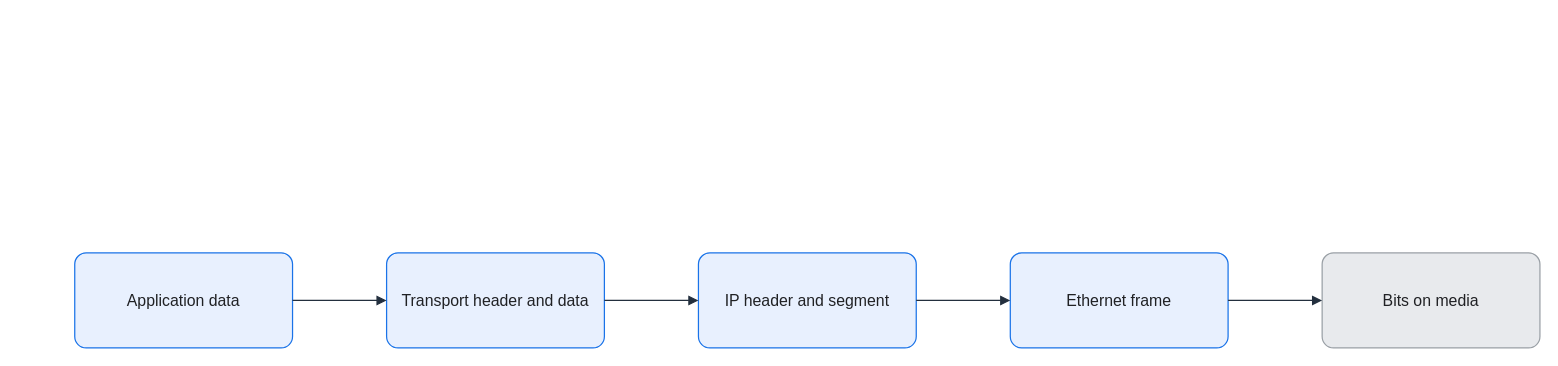
The draw.io diagram assets/img/network/osi-encapsulation-flow.drawio in KKamJi98/kkamji98.github.io, before the edit. Source tidied: cells renumbered, new cells numbered last; positions are measured from the earlier drawing's top-left corner, leaving out a move shared by most shapes. Both pictures are drawn from the tidied source at 99%, with x=0, y=0 at pixel (74, 252).
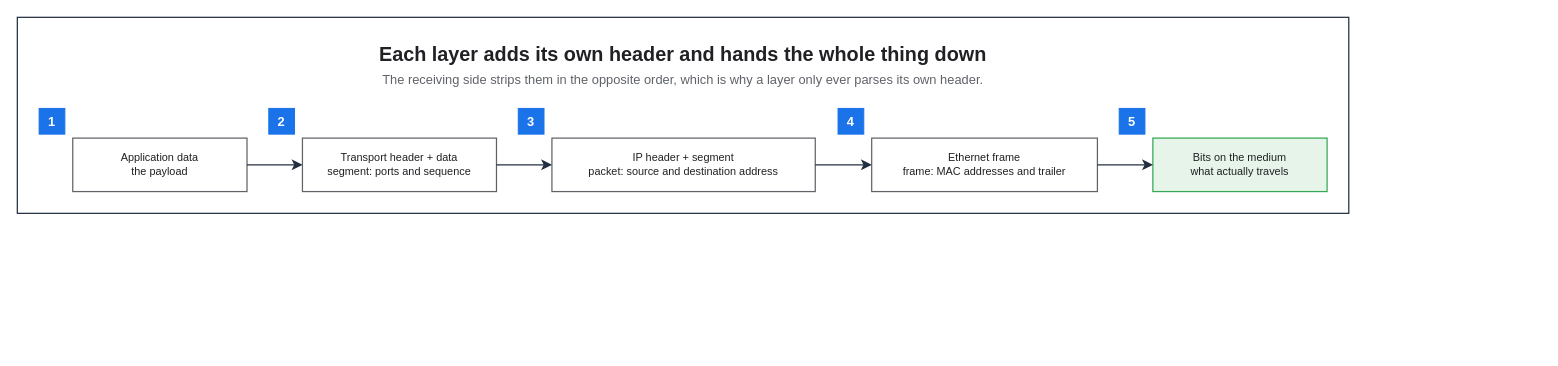
The same diagram, later.

Change to the diagram source:
```diff
@@
 <mxGraphModel background="#FFFFFF">
   <root>
     <mxCell id="0" />
     <mxCell id="1" parent="0" />
-    <mxCell id="2" value="Application data" style="rounded=1;arcSize=12;whiteSpace=wrap;html=0;fillColor=#E8F0FE;strokeColor=#1A73E8;strokeWidth=1.25;fontColor=#202124;fontSize=16;align=center;verticalAlign=middle;spacing=8;shadow=0;" parent="1" vertex="1">
-      <mxGeometry width="220" height="96" as="geometry" />
-    </mxCell>
-    <mxCell id="3" value="Transport header and data" style="rounded=1;arcSize=12;whiteSpace=wrap;html=0;fillColor=#E8F0FE;strokeColor=#1A73E8;strokeWidth=1.25;fontColor=#202124;fontSize=16;align=center;verticalAlign=middle;spacing=8;shadow=0;" parent="1" vertex="1">
-      <mxGeometry x="315" width="220" height="96" as="geometry" />
-    </mxCell>
-    <mxCell id="4" value="IP header and segment" style="rounded=1;arcSize=12;whiteSpace=wrap;html=0;fillColor=#E8F0FE;strokeColor=#1A73E8;strokeWidth=1.25;fontColor=#202124;fontSize=16;align=center;verticalAlign=middle;spacing=8;shadow=0;" parent="1" vertex="1">
-      <mxGeometry x="630" width="220" height="96" as="geometry" />
-    </mxCell>
-    <mxCell id="5" value="Ethernet frame" style="rounded=1;arcSize=12;whiteSpace=wrap;html=0;fillColor=#E8F0FE;strokeColor=#1A73E8;strokeWidth=1.25;fontColor=#202124;fontSize=16;align=center;verticalAlign=middle;spacing=8;shadow=0;" parent="1" vertex="1">
-      <mxGeometry x="945" width="220" height="96" as="geometry" />
-    </mxCell>
-    <mxCell id="6" value="Bits on media" style="rounded=1;arcSize=12;whiteSpace=wrap;html=0;fillColor=#E8EAED;strokeColor=#9AA0A6;strokeWidth=1.25;fontColor=#202124;fontSize=16;align=center;verticalAlign=middle;spacing=8;shadow=0;" parent="1" vertex="1">
-      <mxGeometry x="1260" width="220" height="96" as="geometry" />
-    </mxCell>
-    <mxCell id="7" style="edgeStyle=orthogonalEdgeStyle;rounded=0;jettySize=auto;html=0;endArrow=block;endFill=1;strokeColor=#232F3E;strokeWidth=1.25;fontColor=#202124;labelBackgroundColor=none;exitX=1;exitY=0.5;exitDx=0;exitDy=0;entryX=0;entryY=0.5;entryDx=0;entryDy=0;endSize=7;" parent="1" edge="1" source="2" target="3">
-      <mxGeometry relative="1" as="geometry" />
-    </mxCell>
-    <mxCell id="8" style="edgeStyle=orthogonalEdgeStyle;rounded=0;jettySize=auto;html=0;endArrow=block;endFill=1;strokeColor=#232F3E;strokeWidth=1.25;fontColor=#202124;labelBackgroundColor=none;exitX=1;exitY=0.5;exitDx=0;exitDy=0;entryX=0;entryY=0.5;entryDx=0;entryDy=0;endSize=7;" parent="1" edge="1" source="3" target="4">
-      <mxGeometry relative="1" as="geometry" />
-    </mxCell>
-    <mxCell id="9" style="edgeStyle=orthogonalEdgeStyle;rounded=0;jettySize=auto;html=0;endArrow=block;endFill=1;strokeColor=#232F3E;strokeWidth=1.25;fontColor=#202124;labelBackgroundColor=none;exitX=1;exitY=0.5;exitDx=0;exitDy=0;entryX=0;entryY=0.5;entryDx=0;entryDy=0;endSize=7;" parent="1" edge="1" source="4" target="5">
-      <mxGeometry relative="1" as="geometry" />
-    </mxCell>
-    <mxCell id="10" style="edgeStyle=orthogonalEdgeStyle;rounded=0;jettySize=auto;html=0;endArrow=block;endFill=1;strokeColor=#232F3E;strokeWidth=1.25;fontColor=#202124;labelBackgroundColor=none;exitX=1;exitY=0.5;exitDx=0;exitDy=0;entryX=0;entryY=0.5;entryDx=0;entryDy=0;endSize=7;" parent="1" edge="1" source="5" target="6">
-      <mxGeometry relative="1" as="geometry" />
-    </mxCell>
+    <mxCell id="11" style="rounded=0;html=0;fillColor=none;strokeColor=#232F3E;fontColor=#202124;strokeWidth=1.25;" parent="1" vertex="1">
+      <mxGeometry x="-58" y="-238" width="1344.9" height="198" as="geometry" />
+    </mxCell>
+    <mxCell id="12" value="Each layer adds its own header and hands the whole thing down" style="text;html=0;whiteSpace=wrap;fillColor=none;strokeColor=none;fontColor=#202124;fontSize=20;fontStyle=1;align=center;verticalAlign=middle;" parent="1" vertex="1">
+      <mxGeometry x="-36" y="-216" width="1300.9" height="30" as="geometry" />
+    </mxCell>
+    <mxCell id="13" value="The receiving side strips them in the opposite order, which is why a layer only ever parses its own header." style="text;html=0;whiteSpace=wrap;fillColor=none;strokeColor=none;fontColor=#5F6368;fontSize=13;fontStyle=0;align=center;verticalAlign=middle;" parent="1" vertex="1">
+      <mxGeometry x="-36" y="-186" width="1300.9" height="22" as="geometry" />
+    </mxCell>
+    <mxCell id="14" value="Application data&#10;the payload" style="rounded=0;whiteSpace=wrap;html=0;fillColor=#FFFFFF;strokeColor=#5F6368;fontColor=#202124;fontSize=11;fontStyle=0;align=center;verticalAlign=middle;spacingLeft=6;spacingRight=6;strokeWidth=1.25;" parent="1" vertex="1">
+      <mxGeometry x="-2" y="-116" width="176" height="54" as="geometry" />
+    </mxCell>
+    <mxCell id="15" value="Transport header + data&#10;segment: ports and sequence" style="rounded=0;whiteSpace=wrap;html=0;fillColor=#FFFFFF;strokeColor=#5F6368;fontColor=#202124;fontSize=11;fontStyle=0;align=center;verticalAlign=middle;spacingLeft=6;spacingRight=6;strokeWidth=1.25;" parent="1" vertex="1">
+      <mxGeometry x="230" y="-116" width="196" height="54" as="geometry" />
+    </mxCell>
+    <mxCell id="16" value="IP header + segment&#10;packet: source and destination address" style="rounded=0;whiteSpace=wrap;html=0;fillColor=#FFFFFF;strokeColor=#5F6368;fontColor=#202124;fontSize=11;fontStyle=0;align=center;verticalAlign=middle;spacingLeft=6;spacingRight=6;strokeWidth=1.25;" parent="1" vertex="1">
+      <mxGeometry x="482" y="-116" width="266" height="54" as="geometry" />
+    </mxCell>
+    <mxCell id="17" value="Ethernet frame&#10;frame: MAC addresses and trailer" style="rounded=0;whiteSpace=wrap;html=0;fillColor=#FFFFFF;strokeColor=#5F6368;fontColor=#202124;fontSize=11;fontStyle=0;align=center;verticalAlign=middle;spacingLeft=6;spacingRight=6;strokeWidth=1.25;" parent="1" vertex="1">
+      <mxGeometry x="805" y="-116" width="228" height="54" as="geometry" />
+    </mxCell>
+    <mxCell id="18" value="Bits on the medium&#10;what actually travels" style="rounded=0;whiteSpace=wrap;html=0;fillColor=#E6F4EA;strokeColor=#34A853;fontColor=#202124;fontSize=11;fontStyle=0;align=center;verticalAlign=middle;spacingLeft=6;spacingRight=6;strokeWidth=1.25;" parent="1" vertex="1">
+      <mxGeometry x="1089" y="-116" width="176" height="54" as="geometry" />
+    </mxCell>
+    <mxCell id="19" value="1" style="rounded=0;whiteSpace=wrap;html=0;fillColor=#1A73E8;strokeColor=#1A73E8;fontColor=#FFFFFF;fontSize=13;fontStyle=1;align=center;verticalAlign=middle;" parent="1" vertex="1">
+      <mxGeometry x="-36" y="-146" width="26" height="26" as="geometry" />
+    </mxCell>
+    <mxCell id="20" value="2" style="rounded=0;whiteSpace=wrap;html=0;fillColor=#1A73E8;strokeColor=#1A73E8;fontColor=#FFFFFF;fontSize=13;fontStyle=1;align=center;verticalAlign=middle;" parent="1" vertex="1">
+      <mxGeometry x="196" y="-146" width="26" height="26" as="geometry" />
+    </mxCell>
+    <mxCell id="21" value="3" style="rounded=0;whiteSpace=wrap;html=0;fillColor=#1A73E8;strokeColor=#1A73E8;fontColor=#FFFFFF;fontSize=13;fontStyle=1;align=center;verticalAlign=middle;" parent="1" vertex="1">
+      <mxGeometry x="448" y="-146" width="26" height="26" as="geometry" />
+    </mxCell>
+    <mxCell id="22" value="4" style="rounded=0;whiteSpace=wrap;html=0;fillColor=#1A73E8;strokeColor=#1A73E8;fontColor=#FFFFFF;fontSize=13;fontStyle=1;align=center;verticalAlign=middle;" parent="1" vertex="1">
+      <mxGeometry x="771" y="-146" width="26" height="26" as="geometry" />
+    </mxCell>
+    <mxCell id="23" value="5" style="rounded=0;whiteSpace=wrap;html=0;fillColor=#1A73E8;strokeColor=#1A73E8;fontColor=#FFFFFF;fontSize=13;fontStyle=1;align=center;verticalAlign=middle;" parent="1" vertex="1">
+      <mxGeometry x="1055" y="-146" width="26" height="26" as="geometry" />
+    </mxCell>
+    <mxCell id="24" style="edgeStyle=orthogonalEdgeStyle;rounded=0;html=0;strokeColor=#232F3E;strokeWidth=1.25;endArrow=classic;endFill=1;endSize=7;fontSize=11;fontColor=#202124;labelBackgroundColor=none;jettySize=14;exitX=1;exitY=0.5;entryX=0;entryY=0.5;exitDx=0;exitDy=0;entryDx=0;entryDy=0;" parent="1" edge="1" source="14" target="15">
+      <mxGeometry relative="1" as="geometry" />
+    </mxCell>
+    <mxCell id="25" style="edgeStyle=orthogonalEdgeStyle;rounded=0;html=0;strokeColor=#232F3E;strokeWidth=1.25;endArrow=classic;endFill=1;endSize=7;fontSize=11;fontColor=#202124;labelBackgroundColor=none;jettySize=14;exitX=1;exitY=0.5;entryX=0;entryY=0.5;exitDx=0;exitDy=0;entryDx=0;entryDy=0;" parent="1" edge="1" source="15" target="16">
+      <mxGeometry relative="1" as="geometry" />
+    </mxCell>
+    <mxCell id="26" style="edgeStyle=orthogonalEdgeStyle;rounded=0;html=0;strokeColor=#232F3E;strokeWidth=1.25;endArrow=classic;endFill=1;endSize=7;fontSize=11;fontColor=#202124;labelBackgroundColor=none;jettySize=14;exitX=1;exitY=0.5;entryX=0;entryY=0.5;exitDx=0;exitDy=0;entryDx=0;entryDy=0;" parent="1" edge="1" source="16" target="17">
+      <mxGeometry relative="1" as="geometry" />
+    </mxCell>
+    <mxCell id="27" style="edgeStyle=orthogonalEdgeStyle;rounded=0;html=0;strokeColor=#232F3E;strokeWidth=1.25;endArrow=classic;endFill=1;endSize=7;fontSize=11;fontColor=#202124;labelBackgroundColor=none;jettySize=14;exitX=1;exitY=0.5;entryX=0;entryY=0.5;exitDx=0;exitDy=0;entryDx=0;entryDy=0;" parent="1" edge="1" source="17" target="18">
+      <mxGeometry relative="1" as="geometry" />
+    </mxCell>
   </root>
 </mxGraphModel>
```
